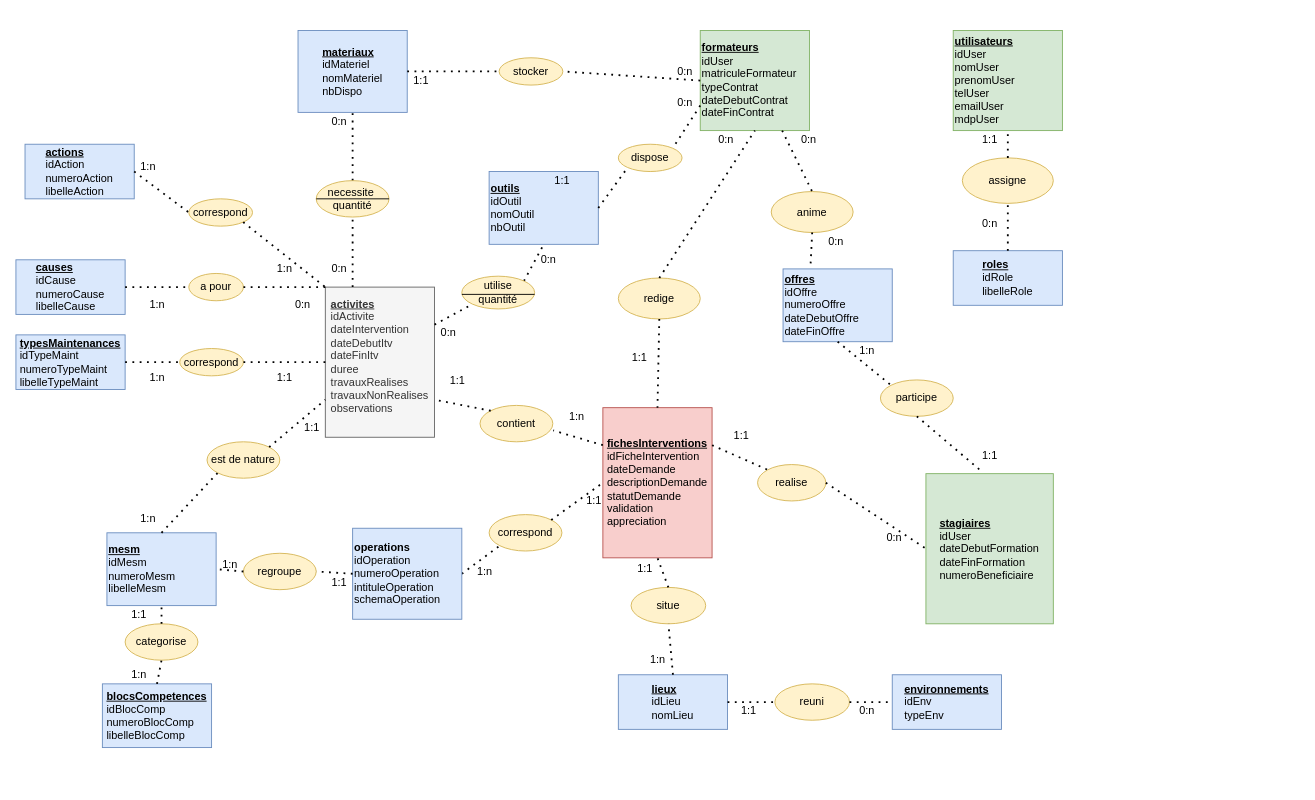
This is DOCS/mcd.drawio from tancraft/Stage, a draw.io file, before an edit. Source tidied: cells renumbered, new cells numbered last; positions are measured from the earlier drawing's top-left corner, leaving out a move shared by most shapes. Both pictures are drawn from the tidied source at 91%, with x=0, y=0 at pixel (15, 30).
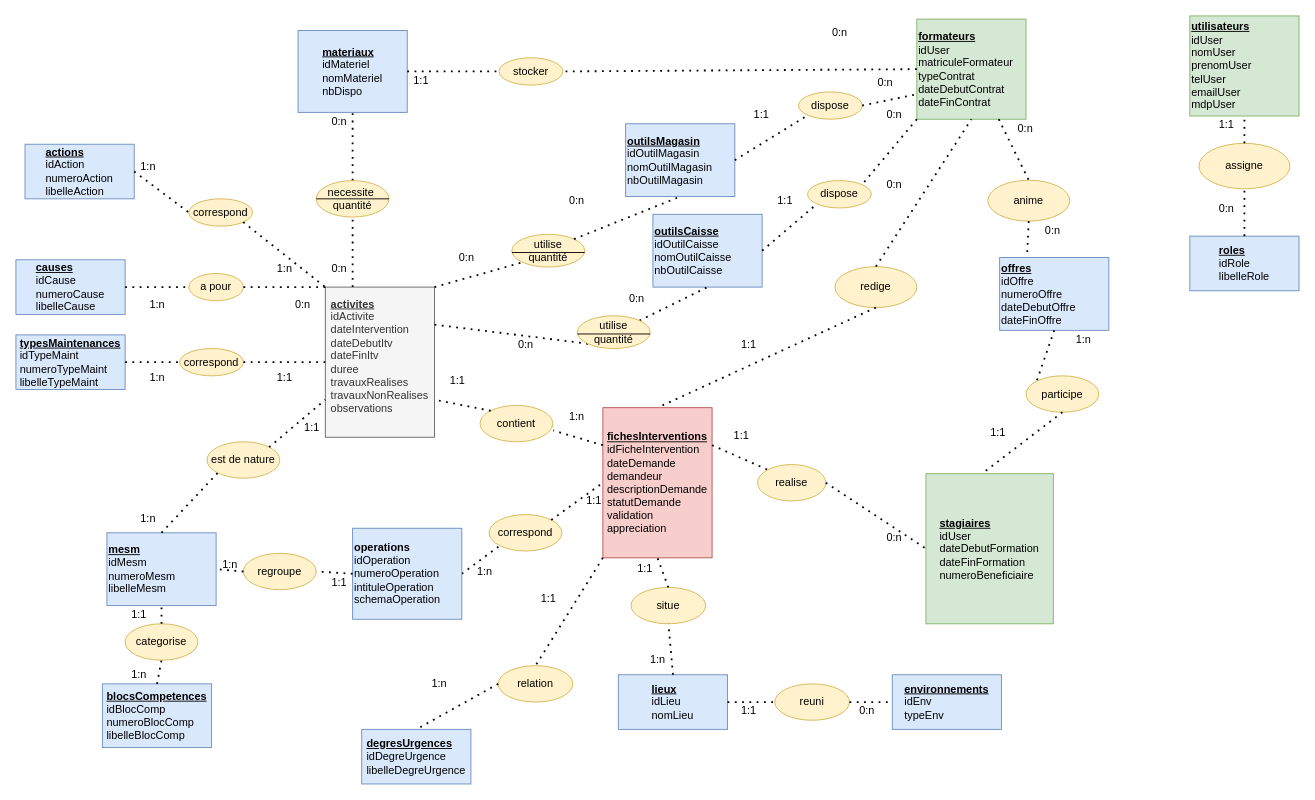
The same page after the edit.

The change refers to these unchanged cells:
```xml
<mxCell id="2" value="&lt;div style=&quot;text-align: left&quot;&gt;&lt;b&gt;&lt;u&gt;activites&lt;/u&gt;&lt;/b&gt;&lt;/div&gt;&lt;div style=&quot;text-align: left&quot;&gt;&lt;span&gt;idActivite&lt;/span&gt;&lt;/div&gt;&lt;div style=&quot;text-align: left&quot;&gt;&lt;span&gt;dateIntervention&lt;/span&gt;&lt;/div&gt;&lt;div style=&quot;text-align: left&quot;&gt;&lt;span&gt;dateDebutItv&lt;/span&gt;&lt;/div&gt;&lt;div style=&quot;text-align: left&quot;&gt;&lt;span&gt;dateFinItv&lt;/span&gt;&lt;/div&gt;&lt;div style=&quot;text-align: left&quot;&gt;&lt;span&gt;duree&lt;/span&gt;&lt;/div&gt;&lt;div style=&quot;text-align: left&quot;&gt;&lt;span&gt;travauxRealises&lt;/span&gt;&lt;/div&gt;&lt;div style=&quot;text-align: left&quot;&gt;&lt;span&gt;travauxNonRealises&lt;/span&gt;&lt;/div&gt;&lt;div style=&quot;text-align: left&quot;&gt;&lt;span&gt;observations&lt;/span&gt;&lt;/div&gt;&lt;div style=&quot;text-align: left&quot;&gt;&lt;span&gt;&lt;br&gt;&lt;/span&gt;&lt;/div&gt;" style="rounded=0;whiteSpace=wrap;html=1;fillColor=#f5f5f5;strokeColor=#666666;fontColor=#333333;" parent="1" vertex="1">
  <mxGeometry x="340" y="282" width="120" height="165" as="geometry" />
</mxCell>
```

The edit, as a diff of the source:
```diff
@@
-    <mxCell id="4" value="&lt;u style=&quot;font-weight: bold&quot;&gt;outils&lt;/u&gt;&lt;br&gt;idOutil&lt;br&gt;nomOutil&lt;br&gt;nbOutil" style="rounded=0;whiteSpace=wrap;html=1;align=left;fillColor=#dae8fc;strokeColor=#6c8ebf;" parent="1" vertex="1">
-      <mxGeometry x="520" y="155" width="120" height="80" as="geometry" />
+    <mxCell id="4" value="&lt;u style=&quot;font-weight: bold&quot;&gt;outilsCaisse&lt;/u&gt;&lt;br&gt;idOutilCaisse&lt;br&gt;nomOutilCaisse&lt;br&gt;nbOutilCaisse" style="rounded=0;whiteSpace=wrap;html=1;align=left;fillColor=#dae8fc;strokeColor=#6c8ebf;" parent="1" vertex="1">
+      <mxGeometry x="700" y="202" width="120" height="80" as="geometry" />
     </mxCell>
-    <mxCell id="5" value="&lt;div style=&quot;text-align: left&quot;&gt;&lt;b&gt;&lt;u&gt;fichesInterventions&lt;/u&gt;&lt;/b&gt;&lt;/div&gt;&lt;div style=&quot;text-align: left&quot;&gt;&lt;span&gt;idFicheIntervention&lt;/span&gt;&lt;/div&gt;&lt;div style=&quot;text-align: left&quot;&gt;&lt;span&gt;dateDemande&lt;/span&gt;&lt;/div&gt;&lt;div style=&quot;text-align: left&quot;&gt;&lt;span&gt;descriptionDemande&lt;/span&gt;&lt;/div&gt;&lt;div style=&quot;text-align: left&quot;&gt;&lt;span&gt;statutDemande&lt;/span&gt;&lt;/div&gt;&lt;div style=&quot;text-align: left&quot;&gt;&lt;span&gt;validation&lt;/span&gt;&lt;/div&gt;&lt;div style=&quot;text-align: left&quot;&gt;&lt;span&gt;appreciation&lt;/span&gt;&lt;/div&gt;" style="rounded=0;whiteSpace=wrap;html=1;fillColor=#f8cecc;strokeColor=#b85450;" parent="1" vertex="1">
+    <mxCell id="5" value="&lt;div style=&quot;text-align: left&quot;&gt;&lt;b&gt;&lt;u&gt;fichesInterventions&lt;/u&gt;&lt;/b&gt;&lt;/div&gt;&lt;div style=&quot;text-align: left&quot;&gt;&lt;span&gt;idFicheIntervention&lt;/span&gt;&lt;/div&gt;&lt;div style=&quot;text-align: left&quot;&gt;&lt;span&gt;dateDemande&lt;/span&gt;&lt;/div&gt;&lt;div style=&quot;text-align: left&quot;&gt;&lt;span&gt;demandeur&lt;/span&gt;&lt;/div&gt;&lt;div style=&quot;text-align: left&quot;&gt;&lt;span&gt;descriptionDemande&lt;/span&gt;&lt;/div&gt;&lt;div style=&quot;text-align: left&quot;&gt;&lt;span&gt;statutDemande&lt;/span&gt;&lt;/div&gt;&lt;div style=&quot;text-align: left&quot;&gt;&lt;span&gt;validation&lt;/span&gt;&lt;/div&gt;&lt;div style=&quot;text-align: left&quot;&gt;&lt;span&gt;appreciation&lt;/span&gt;&lt;/div&gt;" style="rounded=0;whiteSpace=wrap;html=1;fillColor=#f8cecc;strokeColor=#b85450;" parent="1" vertex="1">
       <mxGeometry x="645" y="414.5" width="120" height="165" as="geometry" />
     </mxCell>
@@
     <mxCell id="10" value="&lt;b&gt;&lt;u&gt;formateurs&lt;/u&gt;&lt;/b&gt;&lt;br&gt;idUser&lt;br&gt;matriculeFormateur&lt;br&gt;typeContrat&lt;br&gt;dateDebutContrat&lt;br&gt;dateFinContrat" style="rounded=0;whiteSpace=wrap;html=1;align=left;fillColor=#d5e8d4;strokeColor=#82b366;" parent="1" vertex="1">
-      <mxGeometry x="752" width="120" height="110" as="geometry" />
+      <mxGeometry x="990" y="-12.5" width="120" height="110" as="geometry" />
     </mxCell>
     <mxCell id="11" value="&lt;b&gt;&lt;u&gt;offres&lt;/u&gt;&lt;/b&gt;&lt;br&gt;idOffre&lt;br&gt;numeroOffre&lt;br&gt;dateDebutOffre&lt;br&gt;dateFinOffre" style="rounded=0;whiteSpace=wrap;html=1;align=left;fillColor=#dae8fc;strokeColor=#6c8ebf;" parent="1" vertex="1">
-      <mxGeometry x="843" y="262" width="120" height="80" as="geometry" />
+      <mxGeometry x="1081" y="249.5" width="120" height="80" as="geometry" />
     </mxCell>
@@
     <mxCell id="13" value="anime" style="ellipse;whiteSpace=wrap;html=1;fillColor=#fff2cc;strokeColor=#d6b656;" parent="1" vertex="1">
-      <mxGeometry x="830" y="177" width="90" height="45" as="geometry" />
+      <mxGeometry x="1068" y="164.5" width="90" height="45" as="geometry" />
     </mxCell>
     <mxCell id="14" value="participe" style="ellipse;whiteSpace=wrap;html=1;fillColor=#fff2cc;strokeColor=#d6b656;" parent="1" vertex="1">
-      <mxGeometry x="950" y="384" width="80" height="40" as="geometry" />
+      <mxGeometry x="1110" y="379.5" width="80" height="40" as="geometry" />
     </mxCell>
@@
     <mxCell id="16" value="1:1" style="text;html=1;align=center;verticalAlign=middle;" parent="1" vertex="1">
-      <mxGeometry x="1055" y="457" width="30" height="20" as="geometry" />
+      <mxGeometry x="1064" y="432" width="30" height="20" as="geometry" />
     </mxCell>
     <mxCell id="17" value="0:n" style="text;html=1;align=center;verticalAlign=middle;" parent="1" vertex="1">
-      <mxGeometry x="886" y="222" width="30" height="20" as="geometry" />
+      <mxGeometry x="1124" y="209.5" width="30" height="20" as="geometry" />
     </mxCell>
     <mxCell id="18" value="0:n" style="text;html=1;align=center;verticalAlign=middle;" parent="1" vertex="1">
-      <mxGeometry x="856" y="110" width="30" height="20" as="geometry" />
+      <mxGeometry x="1094" y="97.5" width="30" height="20" as="geometry" />
     </mxCell>
     <mxCell id="19" value="redige" style="ellipse;whiteSpace=wrap;html=1;fillColor=#fff2cc;strokeColor=#d6b656;" parent="1" vertex="1">
-      <mxGeometry x="662" y="272" width="90" height="45" as="geometry" />
+      <mxGeometry x="900" y="259.5" width="90" height="45" as="geometry" />
     </mxCell>
     <mxCell id="20" value="0:n" style="text;html=1;align=center;verticalAlign=middle;" parent="1" vertex="1">
-      <mxGeometry x="765" y="110" width="30" height="20" as="geometry" />
+      <mxGeometry x="950" y="160" width="30" height="20" as="geometry" />
     </mxCell>
     <mxCell id="21" value="1:1" style="text;html=1;align=center;verticalAlign=middle;" parent="1" vertex="1">
-      <mxGeometry x="670" y="349.5" width="30" height="20" as="geometry" />
+      <mxGeometry x="790" y="334.5" width="30" height="20" as="geometry" />
     </mxCell>
@@
     <mxCell id="28" value="1:n" style="text;html=1;align=center;verticalAlign=middle;" parent="1" vertex="1">
-      <mxGeometry x="920" y="342" width="30" height="20" as="geometry" />
+      <mxGeometry x="1158" y="329.5" width="30" height="20" as="geometry" />
     </mxCell>
@@
     <mxCell id="32" value="0:n" style="text;html=1;align=center;verticalAlign=middle;" parent="1" vertex="1">
-      <mxGeometry x="570" y="242" width="30" height="20" as="geometry" />
+      <mxGeometry x="667" y="284.5" width="30" height="20" as="geometry" />
     </mxCell>
     <mxCell id="33" value="0:n" style="text;html=1;align=center;verticalAlign=middle;" parent="1" vertex="1">
-      <mxGeometry x="460" y="322" width="30" height="20" as="geometry" />
+      <mxGeometry x="545" y="334.5" width="30" height="20" as="geometry" />
     </mxCell>
@@
     <mxCell id="67" value="&lt;b&gt;&lt;u&gt;utilisateurs&lt;/u&gt;&lt;/b&gt;&lt;br&gt;idUser&lt;br&gt;nomUser&lt;br&gt;prenomUser&lt;br&gt;telUser&lt;br&gt;emailUser&lt;br&gt;mdpUser" style="rounded=0;whiteSpace=wrap;html=1;align=left;fillColor=#d5e8d4;strokeColor=#82b366;" parent="1" vertex="1">
-      <mxGeometry x="1030" width="120" height="110" as="geometry" />
+      <mxGeometry x="1290" y="-16" width="120" height="110" as="geometry" />
     </mxCell>
     <mxCell id="68" value="&lt;div style=&quot;text-align: left&quot;&gt;&lt;b&gt;&lt;u&gt;roles&lt;/u&gt;&lt;/b&gt;&lt;/div&gt;&lt;div style=&quot;text-align: left&quot;&gt;&lt;span&gt;idRole&lt;/span&gt;&lt;/div&gt;&lt;div style=&quot;text-align: left&quot;&gt;&lt;span&gt;libelleRole&lt;/span&gt;&lt;/div&gt;" style="rounded=0;whiteSpace=wrap;html=1;fillColor=#dae8fc;strokeColor=#6c8ebf;" parent="1" vertex="1">
-      <mxGeometry x="1030" y="242" width="120" height="60" as="geometry" />
+      <mxGeometry x="1290" y="226" width="120" height="60" as="geometry" />
     </mxCell>
     <mxCell id="69" value="assigne" style="ellipse;whiteSpace=wrap;html=1;fillColor=#fff2cc;strokeColor=#d6b656;" parent="1" vertex="1">
-      <mxGeometry x="1040" y="140" width="100" height="50" as="geometry" />
+      <mxGeometry x="1300" y="124" width="100" height="50" as="geometry" />
     </mxCell>
     <mxCell id="70" value="1:1" style="text;html=1;align=center;verticalAlign=middle;" parent="1" vertex="1">
-      <mxGeometry x="1055" y="110" width="30" height="20" as="geometry" />
+      <mxGeometry x="1315" y="94" width="30" height="20" as="geometry" />
     </mxCell>
     <mxCell id="71" value="0:n" style="text;html=1;align=center;verticalAlign=middle;" parent="1" vertex="1">
-      <mxGeometry x="1055" y="202" width="30" height="20" as="geometry" />
+      <mxGeometry x="1315" y="186" width="30" height="20" as="geometry" />
     </mxCell>
@@
     <mxCell id="103" value="dispose" style="ellipse;whiteSpace=wrap;html=1;fillColor=#fff2cc;strokeColor=#d6b656;" parent="1" vertex="1">
-      <mxGeometry x="662" y="125" width="70" height="30" as="geometry" />
+      <mxGeometry x="870" y="165" width="70" height="30" as="geometry" />
     </mxCell>
@@
-    <mxCell id="107" style="endArrow=none;dashed=1;html=1;dashPattern=1 3;strokeWidth=2;entryX=1;entryY=0;entryDx=0;entryDy=0;exitX=0;exitY=0.75;exitDx=0;exitDy=0;" parent="1" edge="1" source="10" target="103">
+    <mxCell id="107" style="endArrow=none;dashed=1;html=1;dashPattern=1 3;strokeWidth=2;entryX=1;entryY=0;entryDx=0;entryDy=0;exitX=0;exitY=1;exitDx=0;exitDy=0;" parent="1" edge="1" source="10" target="103">
       <mxGeometry relative="1" as="geometry" />
     </mxCell>
@@
     <mxCell id="109" value="0:n" style="text;html=1;align=center;verticalAlign=middle;" parent="1" vertex="1">
-      <mxGeometry x="720" y="35" width="30" height="20" as="geometry" />
+      <mxGeometry x="940" y="47.5" width="30" height="20" as="geometry" />
     </mxCell>
     <mxCell id="110" value="1:1" style="text;html=1;align=center;verticalAlign=middle;" parent="1" vertex="1">
-      <mxGeometry x="585" y="155" width="30" height="20" as="geometry" />
+      <mxGeometry x="830" y="177" width="30" height="20" as="geometry" />
     </mxCell>
     <mxCell id="111" value="0:n" style="text;html=1;align=center;verticalAlign=middle;" parent="1" vertex="1">
-      <mxGeometry x="720" y="70" width="30" height="20" as="geometry" />
+      <mxGeometry x="950" y="82.5" width="30" height="20" as="geometry" />
     </mxCell>
     <mxCell id="112" style="group;" parent="1" vertex="1">
-      <mxGeometry x="490" y="270" width="80" height="36" as="geometry" />
+      <mxGeometry x="617" y="313.5" width="80" height="36" as="geometry" />
     </mxCell>
@@
+    <mxCell id="118" value="&lt;div style=&quot;text-align: left&quot;&gt;&lt;b&gt;&lt;u&gt;degresUrgences&lt;/u&gt;&lt;/b&gt;&lt;/div&gt;&lt;div style=&quot;text-align: left&quot;&gt;idDegreUrgence&lt;/div&gt;&lt;div style=&quot;text-align: left&quot;&gt;&lt;span&gt;libelleDegreUrgence&lt;/span&gt;&lt;/div&gt;" style="rounded=0;whiteSpace=wrap;html=1;fillColor=#dae8fc;strokeColor=#6c8ebf;" parent="1" vertex="1">
+      <mxGeometry x="380" y="768" width="120" height="60" as="geometry" />
+    </mxCell>
+    <mxCell id="119" value="relation" style="ellipse;whiteSpace=wrap;html=1;fillColor=#fff2cc;strokeColor=#d6b656;" parent="1" vertex="1">
+      <mxGeometry x="530" y="698" width="82" height="40" as="geometry" />
+    </mxCell>
+    <mxCell id="120" style="endArrow=none;dashed=1;html=1;dashPattern=1 3;strokeWidth=2;entryX=0.5;entryY=0;entryDx=0;entryDy=0;exitX=0;exitY=0.5;exitDx=0;exitDy=0;" parent="1" edge="1" source="119" target="118">
+      <mxGeometry relative="1" as="geometry" />
+    </mxCell>
+    <mxCell id="121" style="endArrow=none;dashed=1;html=1;dashPattern=1 3;strokeWidth=2;entryX=0.5;entryY=0;entryDx=0;entryDy=0;exitX=0;exitY=1;exitDx=0;exitDy=0;" parent="1" edge="1" source="5" target="119">
+      <mxGeometry relative="1" as="geometry" />
+    </mxCell>
+    <mxCell id="122" value="1:1" style="text;html=1;align=center;verticalAlign=middle;" parent="1" vertex="1">
+      <mxGeometry x="570" y="614.5" width="30" height="20" as="geometry" />
+    </mxCell>
+    <mxCell id="123" value="1:n" style="text;html=1;align=center;verticalAlign=middle;" parent="1" vertex="1">
+      <mxGeometry x="450" y="708" width="30" height="20" as="geometry" />
+    </mxCell>
+    <mxCell id="124" value="0:n" style="text;html=1;align=center;verticalAlign=middle;" parent="1" vertex="1">
+      <mxGeometry x="480" y="240" width="30" height="20" as="geometry" />
+    </mxCell>
+    <mxCell id="125" style="group;" parent="1" vertex="1">
+      <mxGeometry x="545" y="224" width="80" height="36" as="geometry" />
+    </mxCell>
+    <mxCell id="126" value="utilise&lt;br&gt;quantité" style="ellipse;whiteSpace=wrap;html=1;fillColor=#fff2cc;strokeColor=#d6b656;" parent="125" vertex="1">
+      <mxGeometry width="80" height="36" as="geometry" />
+    </mxCell>
+    <mxCell id="127" style="endArrow=none;html=1;entryX=1;entryY=0.5;entryDx=0;entryDy=0;exitX=0;exitY=0.5;exitDx=0;exitDy=0;" parent="125" edge="1">
+      <mxGeometry relative="1" as="geometry">
+        <mxPoint y="20" as="sourcePoint" />
+        <mxPoint x="80" y="20" as="targetPoint" />
+      </mxGeometry>
+    </mxCell>
+    <mxCell id="128" value="0:n" style="text;html=1;align=center;verticalAlign=middle;" parent="1" vertex="1">
+      <mxGeometry x="601" y="177" width="30" height="20" as="geometry" />
+    </mxCell>
+    <mxCell id="129" style="endArrow=none;dashed=1;html=1;dashPattern=1 3;strokeWidth=2;entryX=0;entryY=1;entryDx=0;entryDy=0;exitX=1;exitY=0;exitDx=0;exitDy=0;" parent="1" edge="1" source="2" target="126">
+      <mxGeometry relative="1" as="geometry" />
+    </mxCell>
+    <mxCell id="130" style="endArrow=none;dashed=1;html=1;dashPattern=1 3;strokeWidth=2;exitX=1;exitY=0;exitDx=0;exitDy=0;entryX=0.5;entryY=1;entryDx=0;entryDy=0;" parent="1" edge="1" source="126" target="131">
+      <mxGeometry relative="1" as="geometry" />
+    </mxCell>
+    <mxCell id="131" value="&lt;u style=&quot;font-weight: bold&quot;&gt;outilsMagasin&lt;/u&gt;&lt;br&gt;idOutilMagasin&lt;br&gt;nomOutilMagasin&lt;br&gt;nbOutilMagasin" style="rounded=0;whiteSpace=wrap;html=1;align=left;fillColor=#dae8fc;strokeColor=#6c8ebf;" parent="1" vertex="1">
+      <mxGeometry x="670" y="102.5" width="120" height="80" as="geometry" />
+    </mxCell>
+    <mxCell id="132" style="endArrow=none;dashed=1;html=1;dashPattern=1 3;strokeWidth=2;exitX=1;exitY=0.5;exitDx=0;exitDy=0;entryX=0;entryY=1;entryDx=0;entryDy=0;" parent="1" edge="1" source="131" target="134">
+      <mxGeometry relative="1" as="geometry" />
+    </mxCell>
+    <mxCell id="133" value="1:1" style="text;html=1;align=center;verticalAlign=middle;" parent="1" vertex="1">
+      <mxGeometry x="804" y="82.5" width="30" height="20" as="geometry" />
+    </mxCell>
+    <mxCell id="134" value="dispose" style="ellipse;whiteSpace=wrap;html=1;fillColor=#fff2cc;strokeColor=#d6b656;" parent="1" vertex="1">
+      <mxGeometry x="860" y="67.5" width="70" height="30" as="geometry" />
+    </mxCell>
+    <mxCell id="135" value="0:n" style="text;html=1;align=center;verticalAlign=middle;" parent="1" vertex="1">
+      <mxGeometry x="890" y="-7.5" width="30" height="20" as="geometry" />
+    </mxCell>
+    <mxCell id="136" style="endArrow=none;dashed=1;html=1;dashPattern=1 3;strokeWidth=2;exitX=1;exitY=0.5;exitDx=0;exitDy=0;entryX=0;entryY=0.75;entryDx=0;entryDy=0;" parent="1" edge="1" source="134" target="10">
+      <mxGeometry relative="1" as="geometry" />
+    </mxCell>
```
